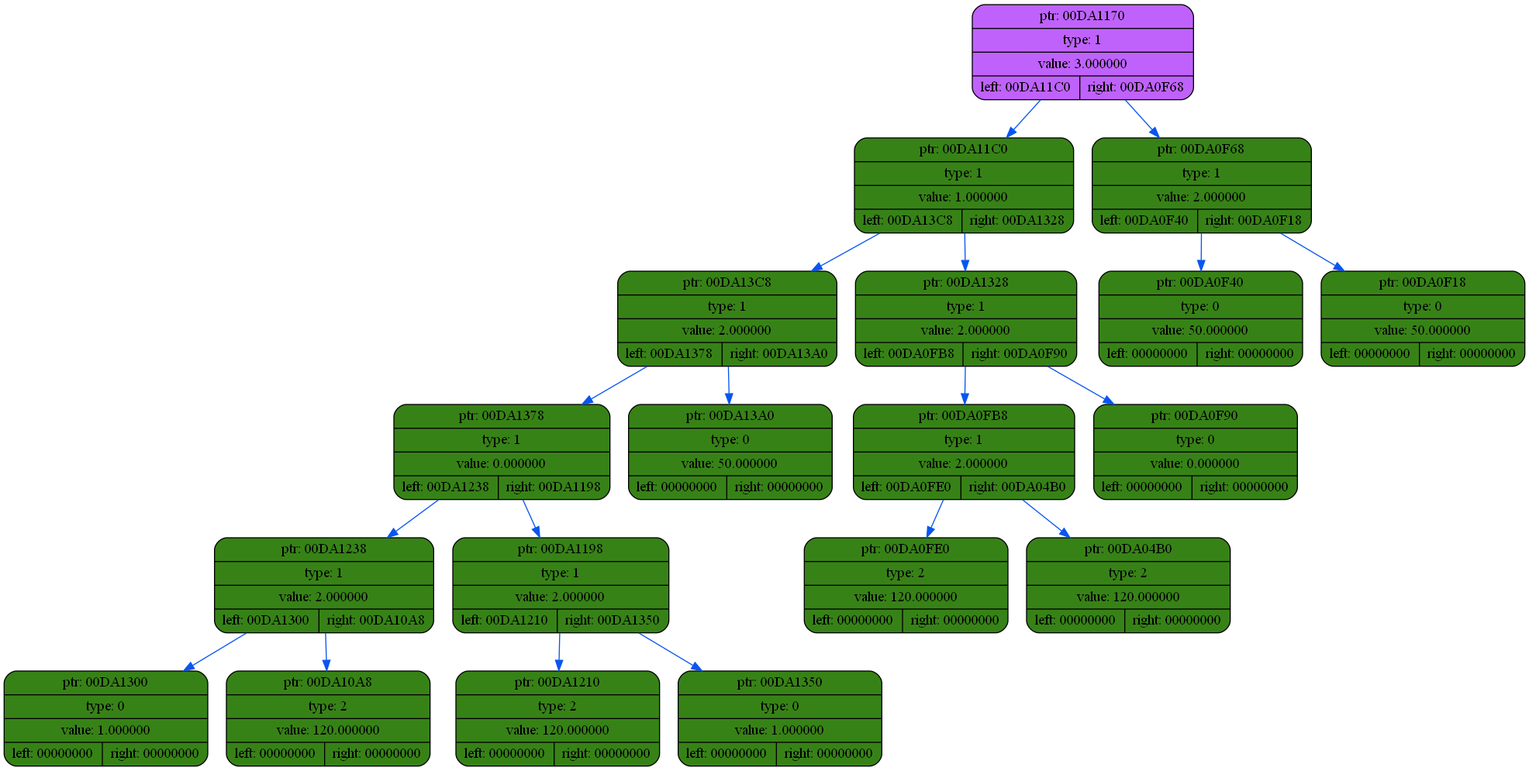
This is dump/dump3.png from coffee8cat/differentiator, a Graphviz export, as it was before one commit. Its source is kept beside it as dump/dump3.dot.
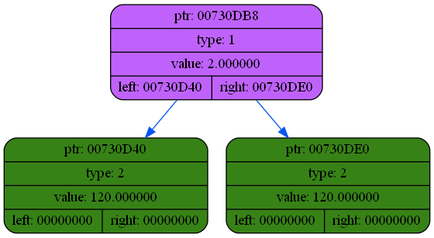
Above is the later version.

Diff of the diagram source:
```diff
@@ -2,41 +2,9 @@
 {
     rankdir=TP
 
-        node00DA1170[shape=record,style="rounded,filled",fillcolor="#BF62FC",label="{ ptr: 00DA1170 | type: 1 | value: 3.000000| { left: 00DA11C0 | right: 00DA0F68 }}"];
-    node00DA1170 -> node00DA11C0[color="#0855F0"]
-    node00DA11C0[shape=record,style="rounded,filled",fillcolor="#378217",label="{ ptr: 00DA11C0 | type: 1 | value: 1.000000| { left: 00DA13C8 | right: 00DA1328 }}"];
-    node00DA11C0 -> node00DA13C8[color="#0855F0"]
-    node00DA13C8[shape=record,style="rounded,filled",fillcolor="#378217",label="{ ptr: 00DA13C8 | type: 1 | value: 2.000000| { left: 00DA1378 | right: 00DA13A0 }}"];
-    node00DA13C8 -> node00DA1378[color="#0855F0"]
-    node00DA1378[shape=record,style="rounded,filled",fillcolor="#378217",label="{ ptr: 00DA1378 | type: 1 | value: 0.000000| { left: 00DA1238 | right: 00DA1198 }}"];
-    node00DA1378 -> node00DA1238[color="#0855F0"]
-    node00DA1238[shape=record,style="rounded,filled",fillcolor="#378217",label="{ ptr: 00DA1238 | type: 1 | value: 2.000000| { left: 00DA1300 | right: 00DA10A8 }}"];
-    node00DA1238 -> node00DA1300[color="#0855F0"]
-    node00DA1300[shape=record,style="rounded,filled",fillcolor="#378217",label="{ ptr: 00DA1300 | type: 0 | value: 1.000000| { left: 00000000 | right: 00000000 }}"];
-    node00DA1238 -> node00DA10A8[color="#0855F0"]
-    node00DA10A8[shape=record,style="rounded,filled",fillcolor="#378217",label="{ ptr: 00DA10A8 | type: 2 | value: 120.000000| { left: 00000000 | right: 00000000 }}"];
-    node00DA1378 -> node00DA1198[color="#0855F0"]
-    node00DA1198[shape=record,style="rounded,filled",fillcolor="#378217",label="{ ptr: 00DA1198 | type: 1 | value: 2.000000| { left: 00DA1210 | right: 00DA1350 }}"];
-    node00DA1198 -> node00DA1210[color="#0855F0"]
-    node00DA1210[shape=record,style="rounded,filled",fillcolor="#378217",label="{ ptr: 00DA1210 | type: 2 | value: 120.000000| { left: 00000000 | right: 00000000 }}"];
-    node00DA1198 -> node00DA1350[color="#0855F0"]
-    node00DA1350[shape=record,style="rounded,filled",fillcolor="#378217",label="{ ptr: 00DA1350 | type: 0 | value: 1.000000| { left: 00000000 | right: 00000000 }}"];
-    node00DA13C8 -> node00DA13A0[color="#0855F0"]
-    node00DA13A0[shape=record,style="rounded,filled",fillcolor="#378217",label="{ ptr: 00DA13A0 | type: 0 | value: 50.000000| { left: 00000000 | right: 00000000 }}"];
-    node00DA11C0 -> node00DA1328[color="#0855F0"]
-    node00DA1328[shape=record,style="rounded,filled",fillcolor="#378217",label="{ ptr: 00DA1328 | type: 1 | value: 2.000000| { left: 00DA0FB8 | right: 00DA0F90 }}"];
-    node00DA1328 -> node00DA0FB8[color="#0855F0"]
-    node00DA0FB8[shape=record,style="rounded,filled",fillcolor="#378217",label="{ ptr: 00DA0FB8 | type: 1 | value: 2.000000| { left: 00DA0FE0 | right: 00DA04B0 }}"];
-    node00DA0FB8 -> node00DA0FE0[color="#0855F0"]
-    node00DA0FE0[shape=record,style="rounded,filled",fillcolor="#378217",label="{ ptr: 00DA0FE0 | type: 2 | value: 120.000000| { left: 00000000 | right: 00000000 }}"];
-    node00DA0FB8 -> node00DA04B0[color="#0855F0"]
-    node00DA04B0[shape=record,style="rounded,filled",fillcolor="#378217",label="{ ptr: 00DA04B0 | type: 2 | value: 120.000000| { left: 00000000 | right: 00000000 }}"];
-    node00DA1328 -> node00DA0F90[color="#0855F0"]
-    node00DA0F90[shape=record,style="rounded,filled",fillcolor="#378217",label="{ ptr: 00DA0F90 | type: 0 | value: 0.000000| { left: 00000000 | right: 00000000 }}"];
-    node00DA1170 -> node00DA0F68[color="#0855F0"]
-    node00DA0F68[shape=record,style="rounded,filled",fillcolor="#378217",label="{ ptr: 00DA0F68 | type: 1 | value: 2.000000| { left: 00DA0F40 | right: 00DA0F18 }}"];
-    node00DA0F68 -> node00DA0F40[color="#0855F0"]
-    node00DA0F40[shape=record,style="rounded,filled",fillcolor="#378217",label="{ ptr: 00DA0F40 | type: 0 | value: 50.000000| { left: 00000000 | right: 00000000 }}"];
-    node00DA0F68 -> node00DA0F18[color="#0855F0"]
-    node00DA0F18[shape=record,style="rounded,filled",fillcolor="#378217",label="{ ptr: 00DA0F18 | type: 0 | value: 50.000000| { left: 00000000 | right: 00000000 }}"];
+        node00730DB8[shape=record,style="rounded,filled",fillcolor="#BF62FC",label="{ ptr: 00730DB8 | type: 1 | value: 2.000000| { left: 00730D40 | right: 00730DE0 }}"];
+    node00730DB8 -> node00730D40[color="#0855F0"]
+    node00730D40[shape=record,style="rounded,filled",fillcolor="#378217",label="{ ptr: 00730D40 | type: 2 | value: 120.000000| { left: 00000000 | right: 00000000 }}"];
+    node00730DB8 -> node00730DE0[color="#0855F0"]
+    node00730DE0[shape=record,style="rounded,filled",fillcolor="#378217",label="{ ptr: 00730DE0 | type: 2 | value: 120.000000| { left: 00000000 | right: 00000000 }}"];
 }
```
